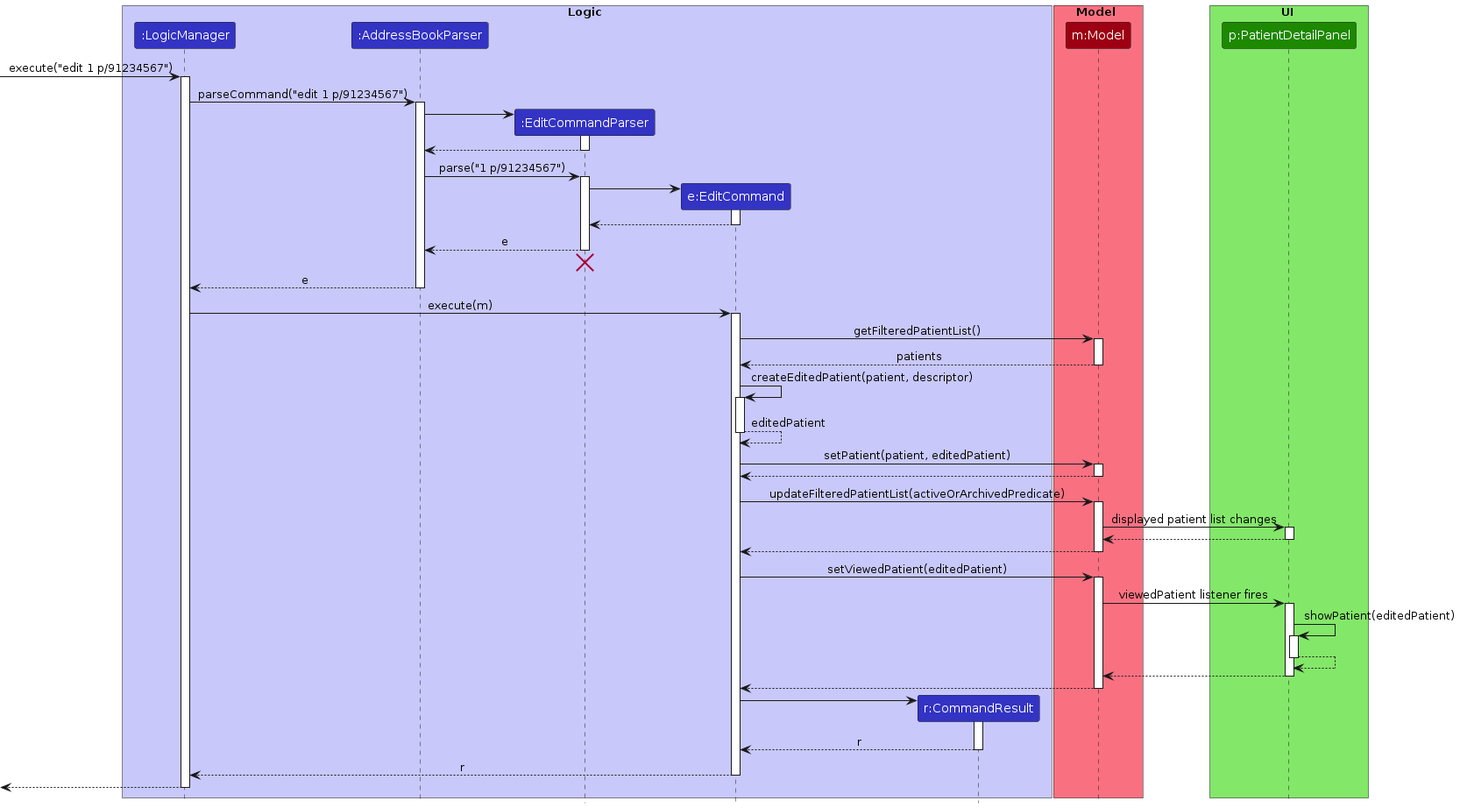
This is diagrams/EditSequenceDiagram.png from AY2627S1-CS2103T-W08-1/tp, a PlantUML export, as it was before one commit. Its source is kept beside it as diagrams/EditSequenceDiagram.puml.
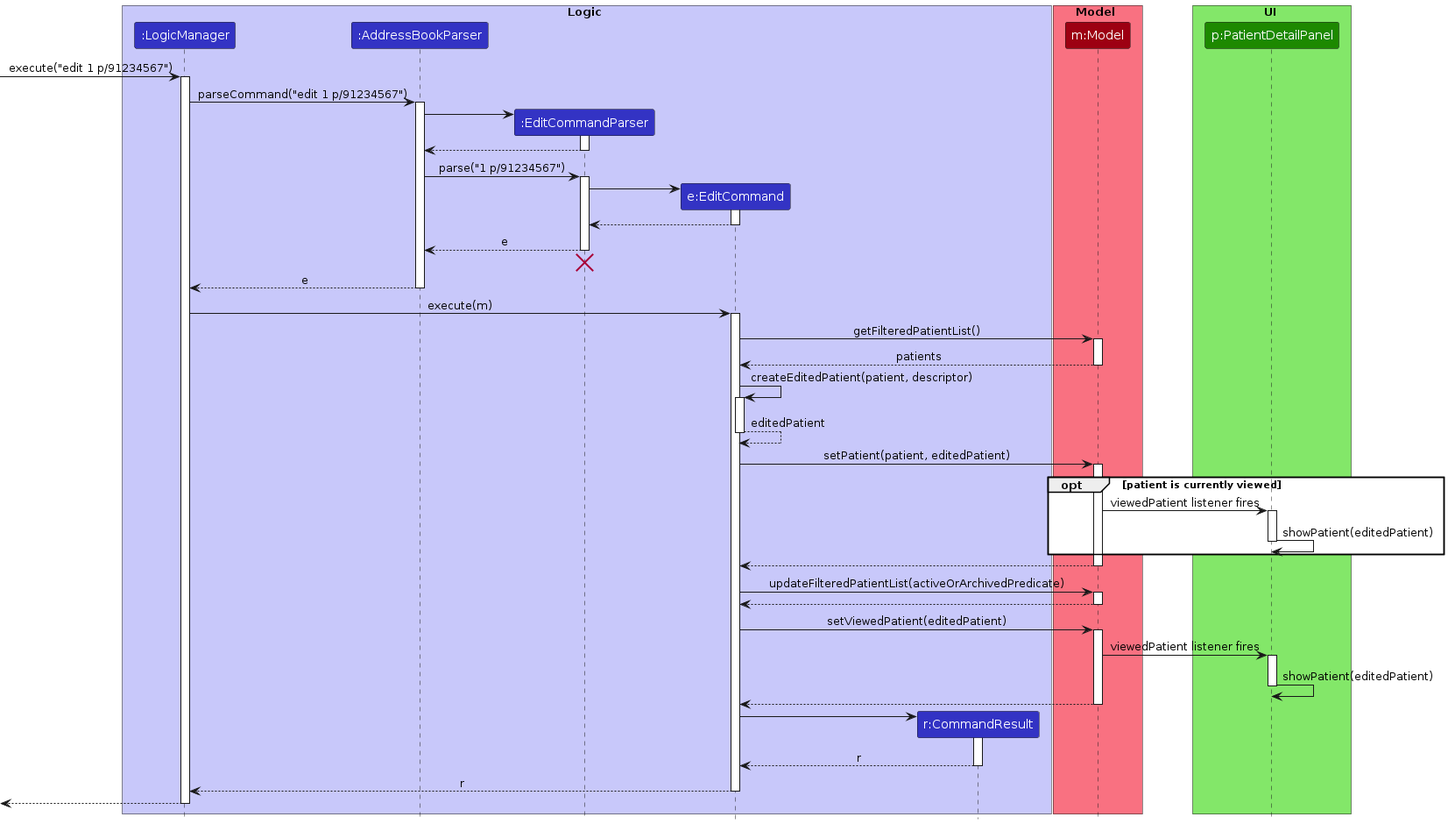
The same file after the commit.

Diff of the diagram source:
```diff
@@ -66,28 +66,30 @@
 
 EditCommand -> Model : setPatient(patient, editedPatient)
 activate Model
+
+opt patient is currently viewed
+Model -> PatientDetailPanel : viewedPatient listener fires
+activate PatientDetailPanel
+PatientDetailPanel -> PatientDetailPanel : showPatient(editedPatient)
+deactivate PatientDetailPanel
+end
+
 Model --> EditCommand
 deactivate Model
 
 EditCommand -> Model : updateFilteredPatientList(activeOrArchivedPredicate)
 activate Model
-Model -> PatientDetailPanel : displayed patient list changes
-activate PatientDetailPanel
-PatientDetailPanel --> Model
-deactivate PatientDetailPanel
 Model --> EditCommand
 deactivate Model
 
 EditCommand -> Model : setViewedPatient(editedPatient)
 activate Model
+
 Model -> PatientDetailPanel : viewedPatient listener fires
 activate PatientDetailPanel
 PatientDetailPanel -> PatientDetailPanel : showPatient(editedPatient)
-activate PatientDetailPanel
-PatientDetailPanel --> PatientDetailPanel
 deactivate PatientDetailPanel
-PatientDetailPanel --> Model
-deactivate PatientDetailPanel
+
 Model --> EditCommand
 deactivate Model
 
```
